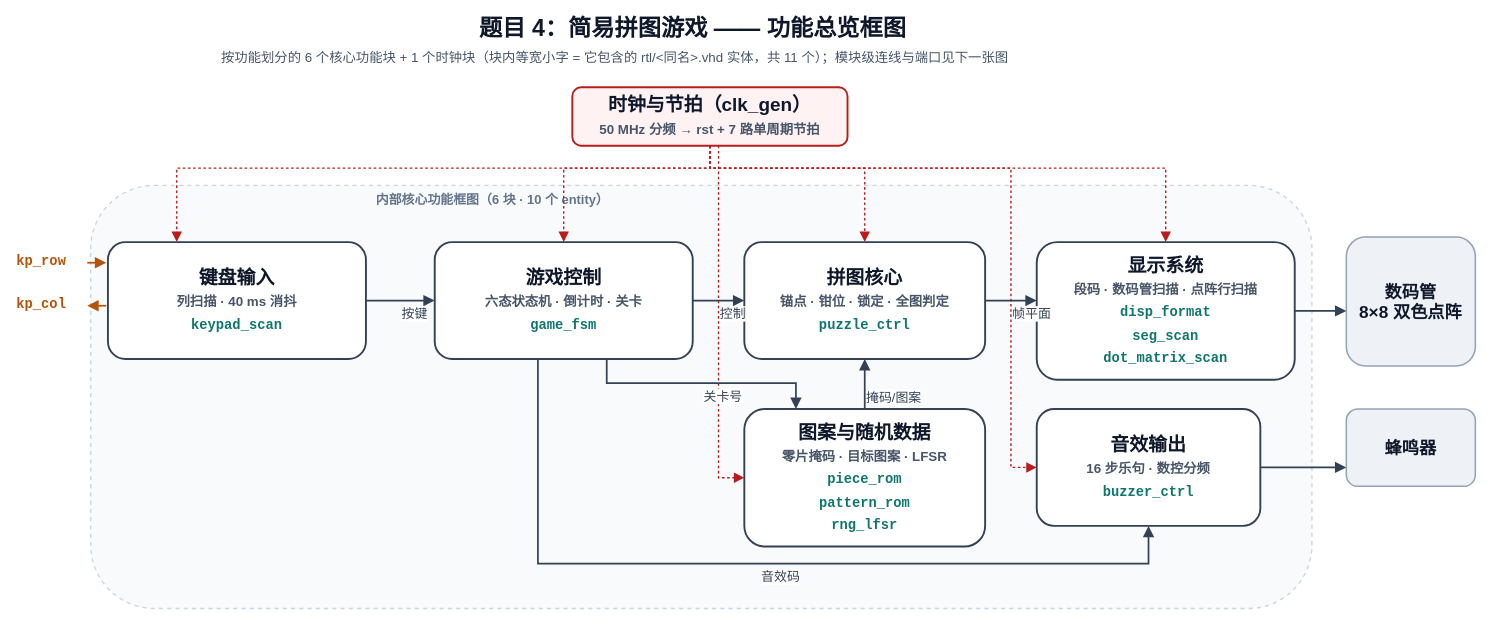
Above: docs/report/fig_overview.drawio in tortrixx/dld (draw.io), before the change. Source tidied: cells renumbered, new cells numbered last; positions are measured from the earlier drawing's top-left corner, leaving out a move shared by most shapes. Both pictures are drawn from the tidied source at 86%, with x=0, y=0 at pixel (15, 20).
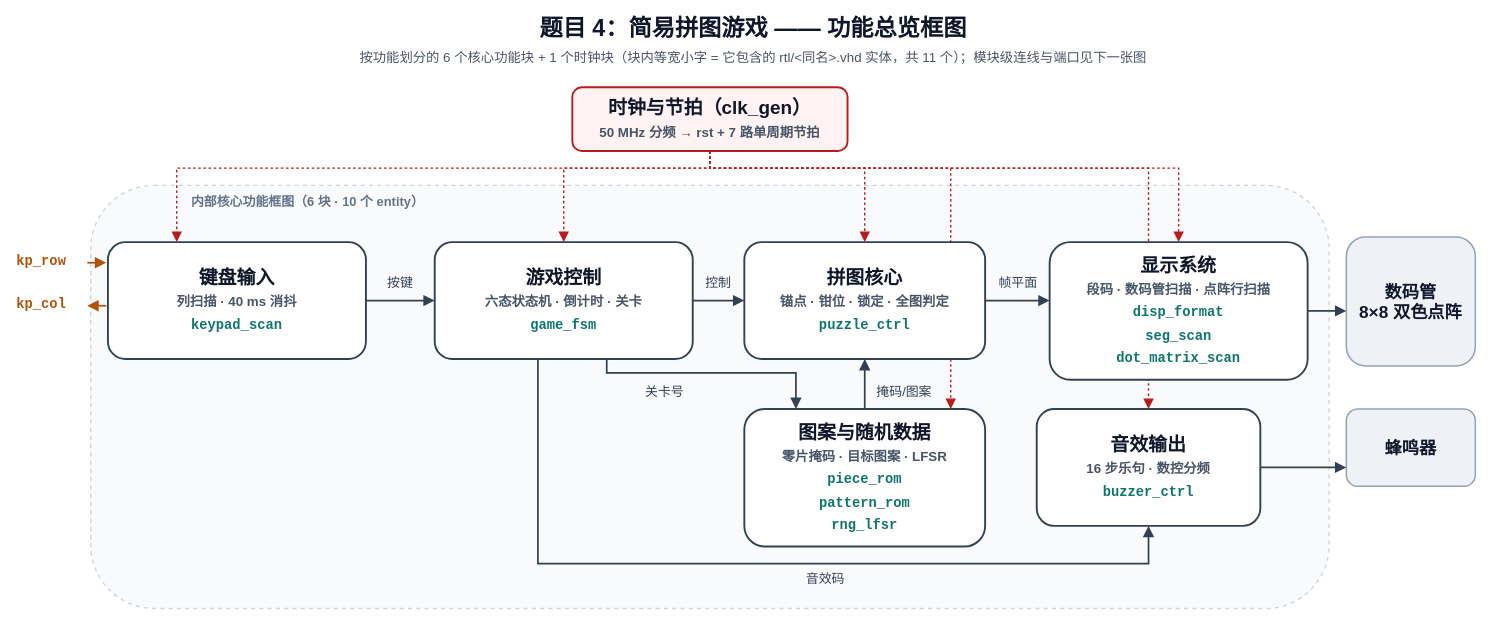
The same page after the edit.

The change refers to these unchanged cells:
```xml
<mxCell id="11" value="&lt;b style=&quot;font-size:22px&quot;&gt;游戏控制&lt;/b&gt;&lt;br&gt;&lt;span style=&quot;font-size:15.5px;color:#475569&quot;&gt;六态状态机 · 倒计时 · 关卡&lt;/span&gt;&lt;br&gt;&lt;span style=&quot;font-family:Consolas;font-size:16px;color:#0F766E&quot;&gt;game_fsm&lt;/span&gt;" style="rounded=1;whiteSpace=wrap;html=1;fillColor=#FFFFFF;strokeColor=#334155;strokeWidth=2.2;fontSize=22;fontFamily=Microsoft YaHei;fontColor=#0F172A;fontStyle=1;align=center;verticalAlign=middle;dashed=0;" parent="1" vertex="1">
  <mxGeometry x="488" y="258" width="300" height="136" as="geometry" />
</mxCell>
<mxCell id="12" value="&lt;b style=&quot;font-size:22px&quot;&gt;拼图核心&lt;/b&gt;&lt;br&gt;&lt;span style=&quot;font-size:15.5px;color:#475569&quot;&gt;锚点 · 钳位 · 锁定 · 全图判定&lt;/span&gt;&lt;br&gt;&lt;span style=&quot;font-family:Consolas;font-size:16px;color:#0F766E&quot;&gt;puzzle_ctrl&lt;/span&gt;" style="rounded=1;whiteSpace=wrap;html=1;fillColor=#FFFFFF;strokeColor=#334155;strokeWidth=2.2;fontSize=22;fontFamily=Microsoft YaHei;fontColor=#0F172A;fontStyle=1;align=center;verticalAlign=middle;dashed=0;" parent="1" vertex="1">
  <mxGeometry x="848" y="258" width="280" height="136" as="geometry" />
</mxCell>
<mxCell id="14" value="&lt;b style=&quot;font-size:22px&quot;&gt;图案与随机数据&lt;/b&gt;&lt;br&gt;&lt;span style=&quot;font-size:15.5px;color:#475569&quot;&gt;零片掩码 · 目标图案 · LFSR&lt;/span&gt;&lt;br&gt;&lt;span style=&quot;font-family:Consolas;font-size:16px;color:#0F766E&quot;&gt;piece_rom&lt;/span&gt;&lt;br&gt;&lt;span style=&quot;font-family:Consolas;font-size:16px;color:#0F766E&quot;&gt;pattern_rom&lt;/span&gt;&lt;br&gt;&lt;span style=&quot;font-family:Consolas;font-size:16px;color:#0F766E&quot;&gt;rng_lfsr&lt;/span&gt;" style="rounded=1;whiteSpace=wrap;html=1;fillColor=#FFFFFF;strokeColor=#334155;strokeWidth=2.2;fontSize=22;fontFamily=Microsoft YaHei;fontColor=#0F172A;fontStyle=1;align=center;verticalAlign=middle;dashed=0;" parent="1" vertex="1">
  <mxGeometry x="848" y="452" width="280" height="160" as="geometry" />
</mxCell>
<mxCell id="15" value="&lt;b style=&quot;font-size:22px&quot;&gt;音效输出&lt;/b&gt;&lt;br&gt;&lt;span style=&quot;font-size:15.5px;color:#475569&quot;&gt;16 步乐句 · 数控分频&lt;/span&gt;&lt;br&gt;&lt;span style=&quot;font-family:Consolas;font-size:16px;color:#0F766E&quot;&gt;buzzer_ctrl&lt;/span&gt;" style="rounded=1;whiteSpace=wrap;html=1;fillColor=#FFFFFF;strokeColor=#334155;strokeWidth=2.2;fontSize=22;fontFamily=Microsoft YaHei;fontColor=#0F172A;fontStyle=1;align=center;verticalAlign=middle;dashed=0;" parent="1" vertex="1">
  <mxGeometry x="1188" y="452" width="260" height="136" as="geometry" />
</mxCell>
<mxCell id="19" style="edgeStyle=orthogonalEdgeStyle;rounded=0;html=1;endArrow=block;endFill=1;endSize=8;startArrow=none;startFill=0;strokeColor=#334155;strokeWidth=2;fontSize=15;fontFamily=Microsoft YaHei;fontColor=#334155;labelBackgroundColor=#FFFFFF;dashed=0;jettySize=auto;fixDash=1;" parent="1" edge="1" source="10" target="11">
  <mxGeometry relative="1" as="geometry" />
</mxCell>
<mxCell id="21" style="edgeStyle=orthogonalEdgeStyle;rounded=0;html=1;endArrow=block;endFill=1;endSize=8;startArrow=none;startFill=0;strokeColor=#334155;strokeWidth=2;fontSize=15;fontFamily=Microsoft YaHei;fontColor=#334155;labelBackgroundColor=#FFFFFF;dashed=0;jettySize=auto;fixDash=1;" parent="1" edge="1" source="11" target="12">
  <mxGeometry relative="1" as="geometry" />
</mxCell>
<mxCell id="28" style="edgeStyle=orthogonalEdgeStyle;rounded=0;html=1;endArrow=block;endFill=1;endSize=8;startArrow=none;startFill=0;strokeColor=#334155;strokeWidth=2;fontSize=15;fontFamily=Microsoft YaHei;fontColor=#334155;labelBackgroundColor=#FFFFFF;dashed=0;jettySize=auto;fixDash=1;" parent="1" edge="1" source="14" target="12">
  <mxGeometry relative="1" as="geometry" />
</mxCell>
<mxCell id="30" style="edgeStyle=orthogonalEdgeStyle;rounded=0;html=1;endArrow=block;endFill=1;endSize=8;startArrow=none;startFill=0;strokeColor=#334155;strokeWidth=2;fontSize=15;fontFamily=Microsoft YaHei;fontColor=#334155;labelBackgroundColor=#FFFFFF;dashed=0;jettySize=auto;fixDash=1;" parent="1" edge="1" source="11" target="15">
  <mxGeometry relative="1" as="geometry">
    <Array as="points">
      <mxPoint x="608" y="394" />
      <mxPoint x="608" y="632" />
      <mxPoint x="1318" y="632" />
    </Array>
  </mxGeometry>
</mxCell>
```

The edit, as a diff of the source:
```diff
@@
     <mxCell id="2" style="rounded=1;whiteSpace=wrap;html=1;fillColor=#F8FAFC;strokeColor=#CBD5E1;strokeWidth=1.6;fontSize=19;fontFamily=Microsoft YaHei;fontColor=#0F172A;fontStyle=0;align=center;verticalAlign=middle;dashed=1;" parent="1" vertex="1">
-      <mxGeometry x="88" y="192" width="1420" height="492" as="geometry" />
+      <mxGeometry x="88" y="192" width="1440" height="492" as="geometry" />
     </mxCell>
     <mxCell id="3" value="内部核心功能框图（6 块 · 10 个 entity）" style="text=;html=1;align=left;verticalAlign=middle;fontSize=15;fontFamily=Microsoft YaHei;fontColor=#64748B;fontStyle=1;strokeColor=none;fillColor=none;spacing=2;" parent="1" vertex="1">
-      <mxGeometry x="418" y="198" width="230" height="20" as="geometry" />
+      <mxGeometry x="203" y="201" width="300" height="20" as="geometry" />
     </mxCell>
@@
     <mxCell id="7" style="edgeStyle=orthogonalEdgeStyle;rounded=0;html=1;endArrow=block;endFill=1;endSize=8;startArrow=none;startFill=0;strokeColor=#B91C1C;strokeWidth=1.6;fontSize=15;fontFamily=Microsoft YaHei;fontColor=#B91C1C;labelBackgroundColor=#FFFFFF;dashed=1;jettySize=auto;fixDash=1;" parent="1" edge="1" source="16" target="13">
       <mxGeometry relative="1" as="geometry">
         <Array as="points">
-          <mxPoint x="1338" y="172" />
+          <mxPoint x="1353" y="172" />
         </Array>
       </mxGeometry>
     </mxCell>
     <mxCell id="8" style="edgeStyle=orthogonalEdgeStyle;rounded=0;html=1;endArrow=block;endFill=1;endSize=8;startArrow=none;startFill=0;strokeColor=#B91C1C;strokeWidth=1.6;fontSize=15;fontFamily=Microsoft YaHei;fontColor=#B91C1C;labelBackgroundColor=#FFFFFF;dashed=1;jettySize=auto;fixDash=1;" parent="1" edge="1" source="16" target="14">
       <mxGeometry relative="1" as="geometry">
         <Array as="points">
-          <mxPoint x="818" y="172" />
-          <mxPoint x="818" y="532" />
+          <mxPoint x="1088" y="172" />
         </Array>
       </mxGeometry>
     </mxCell>
     <mxCell id="9" style="edgeStyle=orthogonalEdgeStyle;rounded=0;html=1;endArrow=block;endFill=1;endSize=8;startArrow=none;startFill=0;strokeColor=#B91C1C;strokeWidth=1.6;fontSize=15;fontFamily=Microsoft YaHei;fontColor=#B91C1C;labelBackgroundColor=#FFFFFF;dashed=1;jettySize=auto;fixDash=1;" parent="1" edge="1" source="16" target="15">
       <mxGeometry relative="1" as="geometry">
         <Array as="points">
-          <mxPoint x="1158" y="172" />
-          <mxPoint x="1158" y="520" />
+          <mxPoint x="1318" y="172" />
         </Array>
       </mxGeometry>
     </mxCell>
@@
     <mxCell id="13" value="&lt;b style=&quot;font-size:22px&quot;&gt;显示系统&lt;/b&gt;&lt;br&gt;&lt;span style=&quot;font-size:15.5px;color:#475569&quot;&gt;段码 · 数码管扫描 · 点阵行扫描&lt;/span&gt;&lt;br&gt;&lt;span style=&quot;font-family:Consolas;font-size:16px;color:#0F766E&quot;&gt;disp_format&lt;/span&gt;&lt;br&gt;&lt;span style=&quot;font-family:Consolas;font-size:16px;color:#0F766E&quot;&gt;seg_scan&lt;/span&gt;&lt;br&gt;&lt;span style=&quot;font-family:Consolas;font-size:16px;color:#0F766E&quot;&gt;dot_matrix_scan&lt;/span&gt;" style="rounded=1;whiteSpace=wrap;html=1;fillColor=#FFFFFF;strokeColor=#334155;strokeWidth=2.2;fontSize=22;fontFamily=Microsoft YaHei;fontColor=#0F172A;fontStyle=1;align=center;verticalAlign=middle;dashed=0;" parent="1" vertex="1">
-      <mxGeometry x="1188" y="258" width="300" height="160" as="geometry" />
+      <mxGeometry x="1203" y="258" width="300" height="160" as="geometry" />
     </mxCell>
@@
     <mxCell id="16" value="&lt;b style=&quot;font-size:22px&quot;&gt;时钟与节拍（clk_gen）&lt;/b&gt;&lt;br&gt;&lt;span style=&quot;font-size:15.5px;color:#475569&quot;&gt;50 MHz 分频 → rst + 7 路单周期节拍&lt;/span&gt;" style="rounded=1;whiteSpace=wrap;html=1;fillColor=#FEF2F2;strokeColor=#B91C1C;strokeWidth=2.2;fontSize=22;fontFamily=Microsoft YaHei;fontColor=#0F172A;fontStyle=1;align=center;verticalAlign=middle;dashed=0;" parent="1" vertex="1">
-      <mxGeometry x="648" y="78" width="320" height="68" as="geometry" />
+      <mxGeometry x="648" y="78" width="320" height="74" as="geometry" />
     </mxCell>
@@
-    <mxCell id="20" value="按键" style="edgeLabel;html=1;fontSize=15;fontFamily=Microsoft YaHei;fontColor=#334155;labelBackgroundColor=#FFFFFF;" parent="19" vertex="1">
-      <mxGeometry relative="1" as="geometry" />
+    <mxCell id="20" value="按键" style="text=;html=1;align=left;verticalAlign=middle;fontSize=15;fontFamily=Microsoft YaHei;fontColor=#334155;fontStyle=0;strokeColor=none;fillColor=none;spacing=2;" parent="1" vertex="1">
+      <mxGeometry x="431" y="296" width="34" height="18" as="geometry" />
     </mxCell>
@@
-    <mxCell id="22" value="控制" style="edgeLabel;html=1;fontSize=15;fontFamily=Microsoft YaHei;fontColor=#334155;labelBackgroundColor=#FFFFFF;" parent="21" vertex="1">
-      <mxGeometry relative="1" as="geometry" />
+    <mxCell id="22" value="控制" style="text=;html=1;align=left;verticalAlign=middle;fontSize=15;fontFamily=Microsoft YaHei;fontColor=#334155;fontStyle=0;strokeColor=none;fillColor=none;spacing=2;" parent="1" vertex="1">
+      <mxGeometry x="801" y="296" width="34" height="18" as="geometry" />
     </mxCell>
     <mxCell id="23" style="edgeStyle=orthogonalEdgeStyle;rounded=0;html=1;endArrow=block;endFill=1;endSize=8;startArrow=none;startFill=0;strokeColor=#334155;strokeWidth=2;fontSize=15;fontFamily=Microsoft YaHei;fontColor=#334155;labelBackgroundColor=#FFFFFF;dashed=0;jettySize=auto;fixDash=1;" parent="1" edge="1" source="12" target="13">
       <mxGeometry relative="1" as="geometry">
         <Array as="points">
-          <mxPoint x="1188" y="326" />
+          <mxPoint x="1203" y="326" />
         </Array>
       </mxGeometry>
     </mxCell>
-    <mxCell id="24" value="帧平面" style="edgeLabel;html=1;fontSize=15;fontFamily=Microsoft YaHei;fontColor=#334155;labelBackgroundColor=#FFFFFF;" parent="23" vertex="1">
-      <mxGeometry relative="1" as="geometry" />
+    <mxCell id="24" value="帧平面" style="text=;html=1;align=left;verticalAlign=middle;fontSize=15;fontFamily=Microsoft YaHei;fontColor=#334155;fontStyle=0;strokeColor=none;fillColor=none;spacing=2;" parent="1" vertex="1">
+      <mxGeometry x="1142" y="296" width="49" height="18" as="geometry" />
     </mxCell>
@@
     <mxCell id="26" style="edgeStyle=orthogonalEdgeStyle;rounded=0;html=1;endArrow=block;endFill=1;endSize=8;startArrow=none;startFill=0;strokeColor=#334155;strokeWidth=2;fontSize=15;fontFamily=Microsoft YaHei;fontColor=#334155;labelBackgroundColor=#FFFFFF;dashed=0;jettySize=auto;fixDash=1;" parent="1" edge="1" source="11" target="14">
       <mxGeometry relative="1" as="geometry">
         <Array as="points">
           <mxPoint x="688" y="394" />
-          <mxPoint x="688" y="422" />
-          <mxPoint x="908" y="422" />
+          <mxPoint x="688" y="410" />
+          <mxPoint x="908" y="410" />
           <mxPoint x="908" y="452" />
         </Array>
       </mxGeometry>
     </mxCell>
-    <mxCell id="27" value="关卡号" style="edgeLabel;html=1;fontSize=15;fontFamily=Microsoft YaHei;fontColor=#334155;labelBackgroundColor=#FFFFFF;" parent="26" vertex="1">
-      <mxGeometry relative="1" as="geometry" />
+    <mxCell id="27" value="关卡号" style="text=;html=1;align=left;verticalAlign=middle;fontSize=15;fontFamily=Microsoft YaHei;fontColor=#334155;fontStyle=0;strokeColor=none;fillColor=none;spacing=2;" parent="1" vertex="1">
+      <mxGeometry x="731" y="422" width="46" height="18" as="geometry" />
     </mxCell>
@@
-    <mxCell id="29" value="掩码/图案" style="edgeLabel;html=1;fontSize=15;fontFamily=Microsoft YaHei;fontColor=#334155;labelBackgroundColor=#FFFFFF;" parent="28" vertex="1">
-      <mxGeometry relative="1" as="geometry" />
+    <mxCell id="29" value="掩码/图案" style="text=;html=1;align=left;verticalAlign=middle;fontSize=15;fontFamily=Microsoft YaHei;fontColor=#334155;fontStyle=0;strokeColor=none;fillColor=none;spacing=2;" parent="1" vertex="1">
+      <mxGeometry x="1000" y="423" width="79" height="18" as="geometry" />
     </mxCell>
@@
-    <mxCell id="31" value="音效码" style="edgeLabel;html=1;fontSize=15;fontFamily=Microsoft YaHei;fontColor=#334155;labelBackgroundColor=#FFFFFF;" parent="30" vertex="1">
-      <mxGeometry relative="1" as="geometry" />
+    <mxCell id="31" value="音效码" style="text=;html=1;align=left;verticalAlign=middle;fontSize=15;fontFamily=Microsoft YaHei;fontColor=#334155;fontStyle=0;strokeColor=none;fillColor=none;spacing=2;" parent="1" vertex="1">
+      <mxGeometry x="918" y="640" width="70" height="18" as="geometry" />
     </mxCell>
@@
-    <mxCell id="37" value="题目 4：简易拼图游戏 —— 功能总览框图" style="text=;html=1;align=left;verticalAlign=middle;fontSize=27;fontFamily=Microsoft YaHei;fontColor=#0F172A;fontStyle=1;strokeColor=none;fillColor=none;spacing=2;" parent="1" vertex="1">
-      <mxGeometry x="538" width="640" height="20" as="geometry" />
+    <mxCell id="37" value="题目 4：简易拼图游戏 —— 功能总览框图" style="text=;html=1;align=center;verticalAlign=middle;fontSize=27;fontFamily=Microsoft YaHei;fontColor=#0F172A;fontStyle=1;strokeColor=none;fillColor=none;spacing=2;" parent="1" vertex="1">
+      <mxGeometry x="508" width="700" height="20" as="geometry" />
     </mxCell>
-    <mxCell id="38" value="按功能划分的 6 个核心功能块 + 1 个时钟块（块内等宽小字 = 它包含的 rtl/&amp;lt;同名&amp;gt;.vhd 实体，共 11 个）；模块级连线与端口见下一张图" style="text=;html=1;align=left;verticalAlign=middle;fontSize=15.5;fontFamily=Microsoft YaHei;fontColor=#475569;fontStyle=0;strokeColor=none;fillColor=none;spacing=2;" parent="1" vertex="1">
-      <mxGeometry x="238" y="34" width="1240" height="20" as="geometry" />
+    <mxCell id="38" value="按功能划分的 6 个核心功能块 + 1 个时钟块（块内等宽小字 = 它包含的 rtl/&amp;lt;同名&amp;gt;.vhd 实体，共 11 个）；模块级连线与端口见下一张图" style="text=;html=1;align=center;verticalAlign=middle;fontSize=15.5;fontFamily=Microsoft YaHei;fontColor=#475569;fontStyle=0;strokeColor=none;fillColor=none;spacing=2;" parent="1" vertex="1">
+      <mxGeometry x="308" y="34" width="1100" height="20" as="geometry" />
     </mxCell>
```
